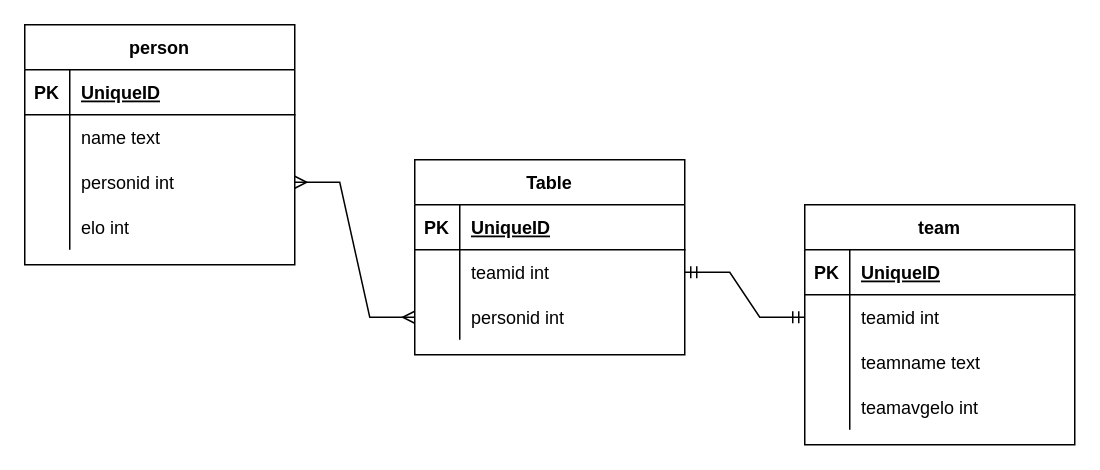
Cooperos/Database keeps this draw.io diagram as Untitled Diagram.drawio. Above is the earlier version. Source tidied: cells renumbered, new cells numbered last; positions are measured from the earlier drawing's top-left corner, leaving out a move shared by most shapes. Both pictures are drawn from the tidied source at 150%, with x=0, y=0 at pixel (24, 24).
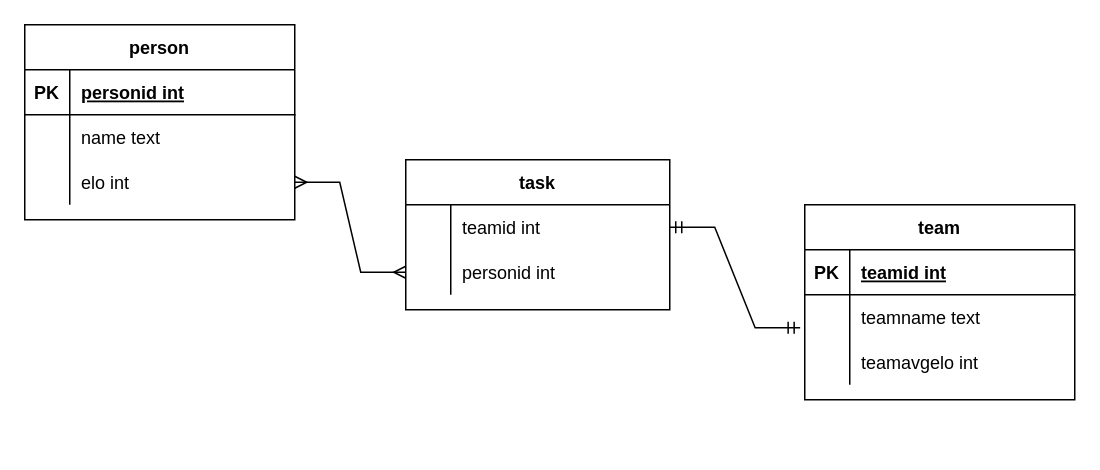
After the change.

The change refers to these unchanged cells:
```xml
<mxCell id="3" style="shape=tableRow;horizontal=0;startSize=0;swimlaneHead=0;swimlaneBody=0;fillColor=none;top=0;left=0;right=0;bottom=1;" parent="2" vertex="1">
  <mxGeometry y="30" width="180" height="30" as="geometry" />
</mxCell>
<mxCell id="16" style="shape=tableRow;horizontal=0;startSize=0;swimlaneHead=0;swimlaneBody=0;fillColor=none;top=0;left=0;right=0;bottom=1;" parent="15" vertex="1">
  <mxGeometry y="30" width="180" height="30" as="geometry" />
</mxCell>
```

What changed in the source:
```diff
@@
     <mxCell id="2" value="person" style="shape=table;startSize=30;childLayout=tableLayout;rowLines=0;fontStyle=1;align=center;" parent="1" vertex="1">
-      <mxGeometry width="180" height="160" as="geometry" />
+      <mxGeometry width="180" height="130" as="geometry" />
     </mxCell>
@@
-    <mxCell id="5" value="UniqueID" style="shape=partialRectangle;fillColor=none;top=0;left=0;bottom=0;right=0;align=left;spacingLeft=6;fontStyle=5;overflow=hidden;" parent="3" vertex="1">
+    <mxCell id="5" value="personid int" style="shape=partialRectangle;fillColor=none;top=0;left=0;bottom=0;right=0;align=left;spacingLeft=6;fontStyle=5;overflow=hidden;" parent="3" vertex="1">
       <mxGeometry x="30" width="150" height="30" as="geometry" />
     </mxCell>
@@
-    <mxCell id="9" style="shape=tableRow;horizontal=0;startSize=0;swimlaneHead=0;swimlaneBody=0;fillColor=none;points=[[0,0.5],[1,0.5]];portConstraint=eastwest;top=0;left=0;right=0;bottom=0;" parent="2" vertex="1">
-      <mxGeometry y="90" width="180" height="30" as="geometry" />
-    </mxCell>
-    <mxCell id="10" style="shape=partialRectangle;fillColor=none;top=0;left=0;bottom=0;right=0;overflow=hidden;" parent="9" vertex="1">
-      <mxGeometry width="30" height="30" as="geometry" />
-    </mxCell>
-    <mxCell id="11" value="personid int" style="shape=partialRectangle;fillColor=none;top=0;left=0;bottom=0;right=0;align=left;spacingLeft=6;overflow=hidden;" parent="9" vertex="1">
-      <mxGeometry x="30" width="150" height="30" as="geometry" />
-    </mxCell>
     <mxCell id="12" style="shape=tableRow;horizontal=0;startSize=0;swimlaneHead=0;swimlaneBody=0;fillColor=none;points=[[0,0.5],[1,0.5]];portConstraint=eastwest;top=0;left=0;right=0;bottom=0;" parent="2" vertex="1">
-      <mxGeometry y="120" width="180" height="30" as="geometry" />
+      <mxGeometry y="90" width="180" height="30" as="geometry" />
     </mxCell>
@@
     <mxCell id="15" value="team" style="shape=table;startSize=30;childLayout=tableLayout;rowLines=0;fontStyle=1;align=center;" parent="1" vertex="1">
-      <mxGeometry x="520" y="120" width="180" height="160" as="geometry" />
+      <mxGeometry x="520" y="120" width="180" height="130" as="geometry" />
     </mxCell>
@@
-    <mxCell id="18" value="UniqueID" style="shape=partialRectangle;fillColor=none;top=0;left=0;bottom=0;right=0;align=left;spacingLeft=6;fontStyle=5;overflow=hidden;" parent="16" vertex="1">
+    <mxCell id="18" value="teamid int" style="shape=partialRectangle;fillColor=none;top=0;left=0;bottom=0;right=0;align=left;spacingLeft=6;fontStyle=5;overflow=hidden;" parent="16" vertex="1">
       <mxGeometry x="30" width="150" height="30" as="geometry" />
     </mxCell>
-    <mxCell id="19" style="shape=tableRow;horizontal=0;startSize=0;swimlaneHead=0;swimlaneBody=0;fillColor=none;points=[[0,0.5],[1,0.5]];portConstraint=eastwest;top=0;left=0;right=0;bottom=0;" parent="15" vertex="1">
-      <mxGeometry y="60" width="180" height="30" as="geometry" />
-    </mxCell>
-    <mxCell id="20" style="shape=partialRectangle;fillColor=none;top=0;left=0;bottom=0;right=0;overflow=hidden;" parent="19" vertex="1">
-      <mxGeometry width="30" height="30" as="geometry" />
-    </mxCell>
-    <mxCell id="21" value="teamid int" style="shape=partialRectangle;fillColor=none;top=0;left=0;bottom=0;right=0;align=left;spacingLeft=6;overflow=hidden;" parent="19" vertex="1">
-      <mxGeometry x="30" width="150" height="30" as="geometry" />
-    </mxCell>
     <mxCell id="22" style="shape=tableRow;horizontal=0;startSize=0;swimlaneHead=0;swimlaneBody=0;fillColor=none;points=[[0,0.5],[1,0.5]];portConstraint=eastwest;top=0;left=0;right=0;bottom=0;" parent="15" vertex="1">
-      <mxGeometry y="90" width="180" height="30" as="geometry" />
+      <mxGeometry y="60" width="180" height="30" as="geometry" />
     </mxCell>
@@
     <mxCell id="25" style="shape=tableRow;horizontal=0;startSize=0;swimlaneHead=0;swimlaneBody=0;fillColor=none;top=0;left=0;right=0;bottom=0;" parent="15" vertex="1">
-      <mxGeometry y="120" width="180" height="30" as="geometry" />
+      <mxGeometry y="90" width="180" height="30" as="geometry" />
     </mxCell>
@@
-    <mxCell id="28" value="Table" style="shape=table;startSize=30;childLayout=tableLayout;rowLines=0;fontStyle=1;align=center;" parent="1" vertex="1">
-      <mxGeometry x="260" y="90" width="180" height="130" as="geometry" />
+    <mxCell id="28" value="task" style="shape=table;startSize=30;childLayout=tableLayout;rowLines=0;fontStyle=1;align=center;" parent="1" vertex="1">
+      <mxGeometry x="254" y="90" width="176" height="100" as="geometry" />
     </mxCell>
-    <mxCell id="29" style="shape=tableRow;horizontal=0;startSize=0;swimlaneHead=0;swimlaneBody=0;fillColor=none;top=0;left=0;right=0;bottom=1;" parent="28" vertex="1">
-      <mxGeometry y="30" width="180" height="30" as="geometry" />
-    </mxCell>
-    <mxCell id="30" value="PK" style="shape=partialRectangle;fillColor=none;top=0;left=0;bottom=0;right=0;fontStyle=1;overflow=hidden;" parent="29" vertex="1">
-      <mxGeometry width="30" height="30" as="geometry" />
-    </mxCell>
-    <mxCell id="31" value="UniqueID" style="shape=partialRectangle;fillColor=none;top=0;left=0;bottom=0;right=0;align=left;spacingLeft=6;fontStyle=5;overflow=hidden;" parent="29" vertex="1">
-      <mxGeometry x="30" width="150" height="30" as="geometry" />
-    </mxCell>
     <mxCell id="32" style="shape=tableRow;horizontal=0;startSize=0;swimlaneHead=0;swimlaneBody=0;fillColor=none;points=[[0,0.5],[1,0.5]];portConstraint=eastwest;top=0;left=0;right=0;bottom=0;" parent="28" vertex="1">
-      <mxGeometry y="60" width="180" height="30" as="geometry" />
+      <mxGeometry y="30" width="176" height="30" as="geometry" />
     </mxCell>
@@
     <mxCell id="34" value="teamid int" style="shape=partialRectangle;fillColor=none;top=0;left=0;bottom=0;right=0;align=left;spacingLeft=6;overflow=hidden;" parent="32" vertex="1">
-      <mxGeometry x="30" width="150" height="30" as="geometry" />
+      <mxGeometry x="30" width="146" height="30" as="geometry" />
     </mxCell>
     <mxCell id="35" style="shape=tableRow;horizontal=0;startSize=0;swimlaneHead=0;swimlaneBody=0;fillColor=none;points=[[0,0.5],[1,0.5]];portConstraint=eastwest;top=0;left=0;right=0;bottom=0;" parent="28" vertex="1">
-      <mxGeometry y="90" width="180" height="30" as="geometry" />
+      <mxGeometry y="60" width="176" height="30" as="geometry" />
     </mxCell>
@@
     <mxCell id="37" value="personid int" style="shape=partialRectangle;fillColor=none;top=0;left=0;bottom=0;right=0;align=left;spacingLeft=6;overflow=hidden;" parent="35" vertex="1">
-      <mxGeometry x="30" width="150" height="30" as="geometry" />
+      <mxGeometry x="30" width="146" height="30" as="geometry" />
     </mxCell>
+    <mxCell id="40" style="edgeStyle=orthogonalEdgeStyle;rounded=0;orthogonalLoop=1;jettySize=auto;html=1;exitX=1;exitY=0.5;exitDx=0;exitDy=0;" parent="28" edge="1" source="32" target="32">
+      <mxGeometry relative="1" as="geometry" />
+    </mxCell>
-    <mxCell id="38" style="edgeStyle=entityRelationEdgeStyle;fontSize=12;html=1;endArrow=ERmany;startArrow=ERmany;rounded=0;entryX=1;entryY=0.5;entryDx=0;entryDy=0;exitX=0;exitY=0.5;exitDx=0;exitDy=0;" parent="1" edge="1" source="35" target="9">
+    <mxCell id="38" style="edgeStyle=entityRelationEdgeStyle;fontSize=12;html=1;endArrow=ERmany;startArrow=ERmany;rounded=0;exitX=0;exitY=0.5;exitDx=0;exitDy=0;entryX=1;entryY=0.5;entryDx=0;entryDy=0;" parent="1" edge="1" source="35" target="12">
       <mxGeometry relative="1" as="geometry" />
     </mxCell>
-    <mxCell id="39" style="edgeStyle=entityRelationEdgeStyle;fontSize=12;html=1;endArrow=ERmandOne;startArrow=ERmandOne;rounded=0;entryX=1;entryY=0.5;entryDx=0;entryDy=0;exitX=0;exitY=0.5;exitDx=0;exitDy=0;" parent="1" edge="1" source="19" target="32">
+    <mxCell id="39" style="edgeStyle=entityRelationEdgeStyle;fontSize=12;html=1;endArrow=ERmandOne;startArrow=ERmandOne;rounded=0;exitX=-0.017;exitY=0.733;exitDx=0;exitDy=0;exitPerimeter=0;" parent="1" edge="1" source="22" target="32">
       <mxGeometry relative="1" as="geometry" />
     </mxCell>
```
